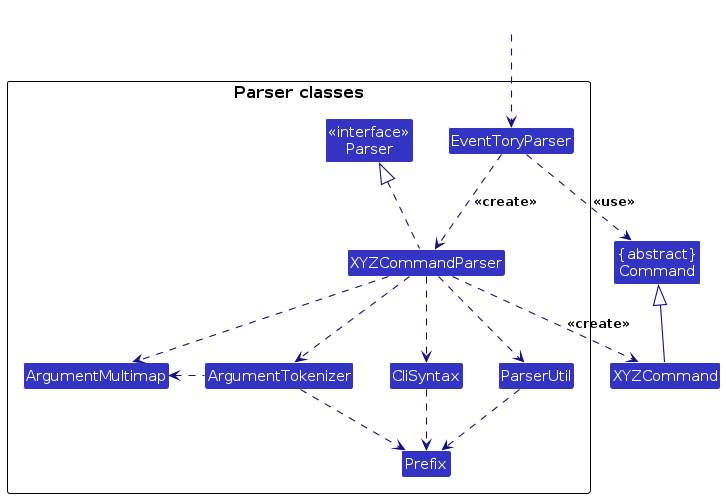
Above: diagrams/ParserClasses.png in AY2425S1-CS2103-F13-2/tp (PlantUML), before the change. Its source is kept beside it as diagrams/ParserClasses.puml. The source it was exported from:
```plantuml
@startuml
!include style.puml
skinparam arrowThickness 1.1
skinparam arrowColor LOGIC_COLOR_T4
skinparam classBackgroundColor LOGIC_COLOR

Class "{abstract}\nCommand" as Command
Class XYZCommand

package "Parser classes"{
Class "<<interface>>\nParser" as Parser
Class EventToryParser
Class XYZCommandParser
Class CliSyntax
Class ParserUtil
Class ArgumentMultimap
Class ArgumentTokenizer
Class Prefix
}

Class HiddenOutside #FFFFFF
HiddenOutside ..> EventToryParser

EventToryParser .down.> XYZCommandParser: <<create>>

XYZCommandParser ..> XYZCommand : <<create>>
EventToryParser ..> Command : <<use>>
XYZCommandParser .up.|> Parser
XYZCommandParser ..> ArgumentMultimap
XYZCommandParser ..> ArgumentTokenizer
ArgumentTokenizer .left.> ArgumentMultimap
XYZCommandParser ..> CliSyntax
CliSyntax ..> Prefix
XYZCommandParser ..> ParserUtil
ParserUtil .down.> Prefix
ArgumentTokenizer .down.> Prefix
XYZCommand -up-|> Command
@enduml
```
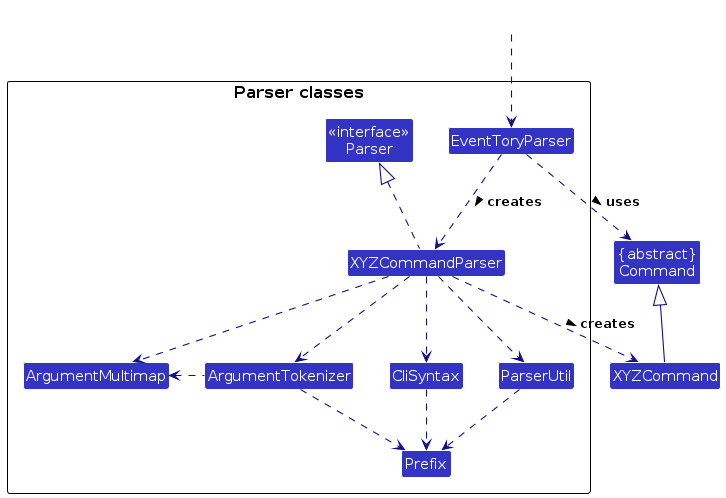
The same diagram one commit later.

Diff of the diagram source:
```diff
@@ -21,10 +21,10 @@
 Class HiddenOutside #FFFFFF
 HiddenOutside ..> EventToryParser
 
-EventToryParser .down.> XYZCommandParser: <<create>>
+EventToryParser .down.> XYZCommandParser: creates >
 
-XYZCommandParser ..> XYZCommand : <<create>>
-EventToryParser ..> Command : <<use>>
+XYZCommandParser ..> XYZCommand : creates >
+EventToryParser ..> Command : uses >
 XYZCommandParser .up.|> Parser
 XYZCommandParser ..> ArgumentMultimap
 XYZCommandParser ..> ArgumentTokenizer
```
